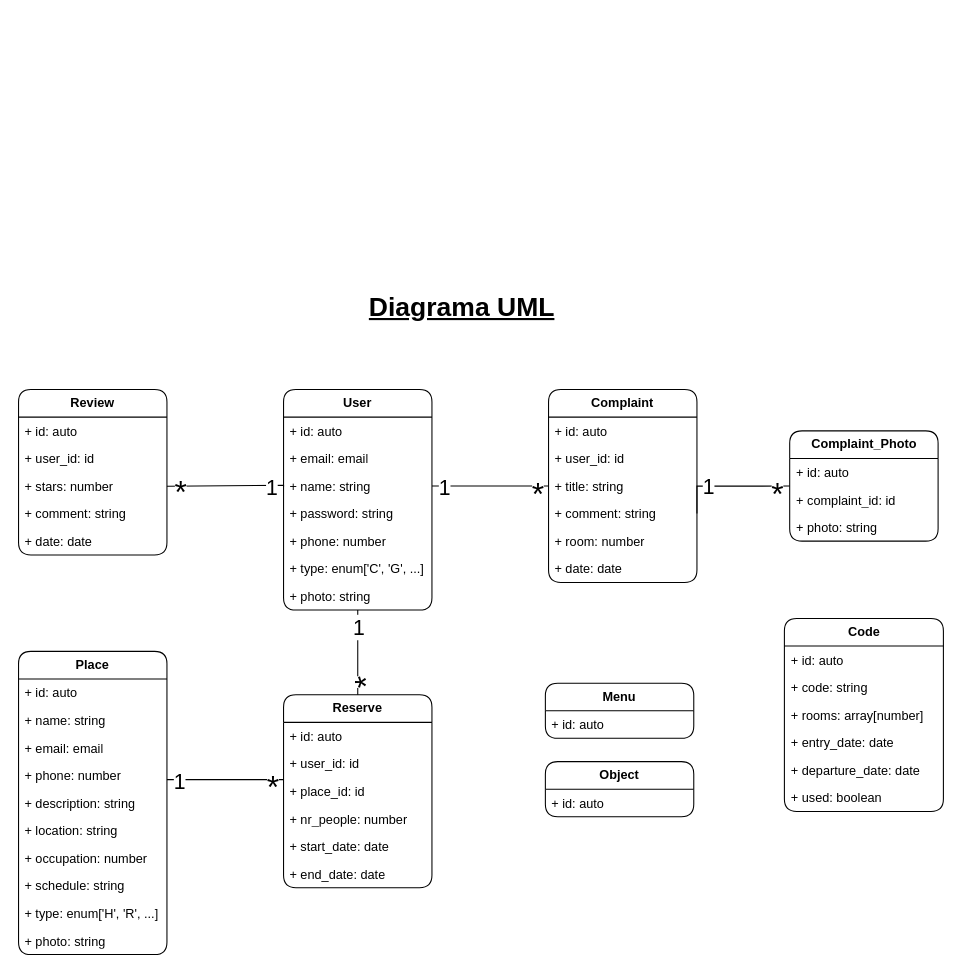
Happy-Guest/HG-Notes keeps this draw.io diagram as page "Diagrama UML" (1 of 2) of HappyGuest.drawio. Above is the earlier version. Source tidied: cells renumbered, new cells numbered last; positions are measured from the earlier drawing's top-left corner, leaving out a move shared by most shapes. Both pictures are drawn from the tidied source at 106%, with x=0, y=0 at pixel (18, 279).
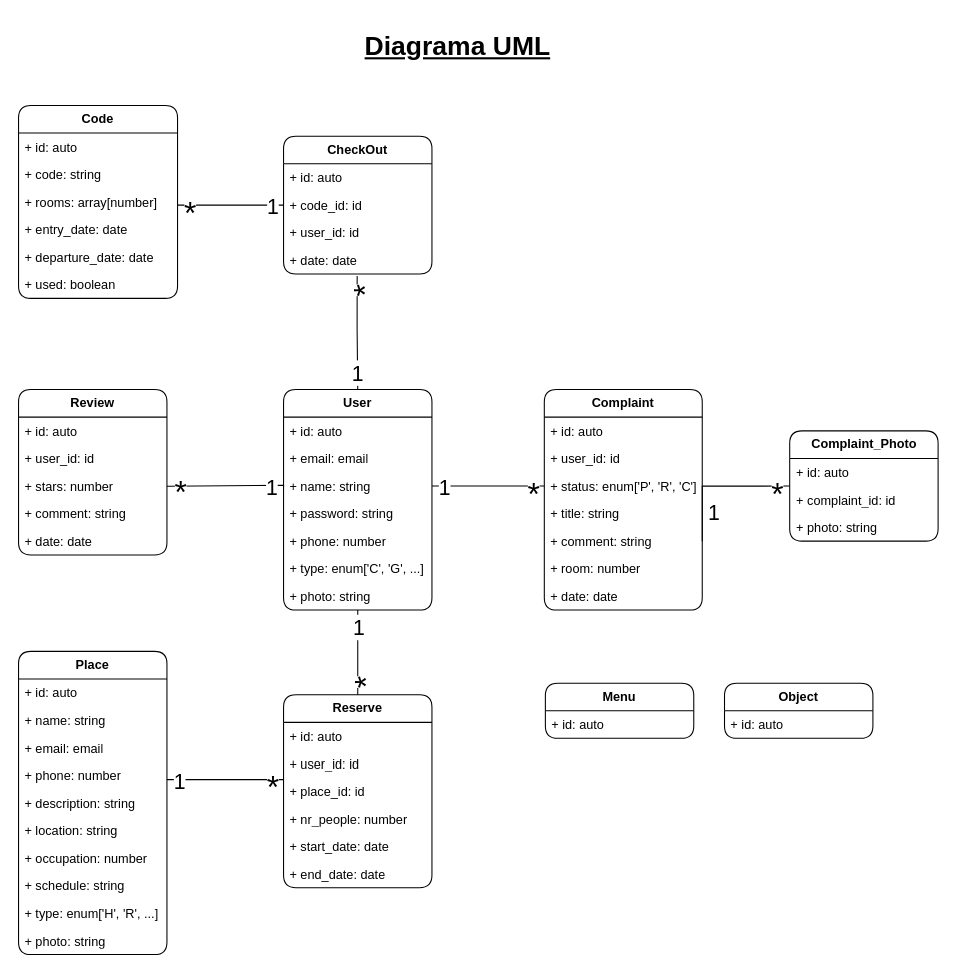
The same page after the edit.

Commit message:
Actualizar UML v2

The change refers to these unchanged cells:
```xml
<mxCell id="2" value="&lt;b&gt;User&lt;/b&gt;" style="swimlane;fontStyle=0;horizontal=1;startSize=26;fillColor=none;whiteSpace=wrap;html=1;perimeterSpacing=0;rounded=1;" parent="1" vertex="1">
  <mxGeometry x="250" y="104" width="140" height="208" as="geometry" />
</mxCell>
<mxCell id="5" value="+ name: string" style="text;strokeColor=none;fillColor=none;align=left;verticalAlign=top;spacingLeft=4;spacingRight=4;overflow=hidden;points=[[0,0.5],[1,0.5]];portConstraint=eastwest;whiteSpace=wrap;html=1;" parent="2" vertex="1">
  <mxGeometry y="78" width="140" height="26" as="geometry" />
</mxCell>
```

Change to the diagram source:
```diff
@@
     <mxCell id="10" value="Diagrama UML" style="text;html=1;align=center;verticalAlign=middle;strokeColor=none;fillColor=none;fontSize=25;fontStyle=5;" parent="1" vertex="1">
-      <mxGeometry x="317.5" width="200" height="50" as="geometry" />
+      <mxGeometry x="313.5" y="-246" width="200" height="50" as="geometry" />
     </mxCell>
     <mxCell id="11" value="&lt;b&gt;Code&lt;/b&gt;" style="swimlane;fontStyle=0;horizontal=1;startSize=26;fillColor=none;whiteSpace=wrap;html=1;perimeterSpacing=0;rounded=1;" parent="1" vertex="1">
-      <mxGeometry x="722.5" y="320" width="150" height="182" as="geometry" />
+      <mxGeometry y="-164" width="150" height="182" as="geometry" />
     </mxCell>
@@
     <mxCell id="18" value="&lt;b&gt;Complaint&lt;/b&gt;" style="swimlane;fontStyle=0;horizontal=1;startSize=26;fillColor=none;whiteSpace=wrap;html=1;perimeterSpacing=0;rounded=1;" parent="1" vertex="1">
-      <mxGeometry x="500" y="104" width="140" height="182" as="geometry" />
+      <mxGeometry x="496" y="104" width="149" height="208" as="geometry" />
     </mxCell>
     <mxCell id="19" value="+ id: auto" style="text;strokeColor=none;fillColor=none;align=left;verticalAlign=top;spacingLeft=4;spacingRight=4;overflow=hidden;whiteSpace=wrap;html=1;" parent="18" vertex="1">
-      <mxGeometry y="26" width="140" height="26" as="geometry" />
+      <mxGeometry y="26" width="149" height="26" as="geometry" />
     </mxCell>
     <mxCell id="20" value="+ user_id: id" style="text;strokeColor=none;fillColor=none;align=left;verticalAlign=top;spacingLeft=4;spacingRight=4;overflow=hidden;whiteSpace=wrap;html=1;" parent="18" vertex="1">
-      <mxGeometry y="52" width="140" height="26" as="geometry" />
+      <mxGeometry y="52" width="149" height="26" as="geometry" />
     </mxCell>
+    <mxCell id="72" value="+ status: enum['P', 'R', 'C']" style="text;strokeColor=none;fillColor=none;align=left;verticalAlign=top;spacingLeft=4;spacingRight=4;overflow=hidden;points=[[0,0.5],[1,0.5]];portConstraint=eastwest;whiteSpace=wrap;html=1;" parent="18" vertex="1">
+      <mxGeometry y="78" width="149" height="26" as="geometry" />
+    </mxCell>
     <mxCell id="21" value="+ title: string" style="text;strokeColor=none;fillColor=none;align=left;verticalAlign=top;spacingLeft=4;spacingRight=4;overflow=hidden;whiteSpace=wrap;html=1;" parent="18" vertex="1">
-      <mxGeometry y="78" width="140" height="26" as="geometry" />
+      <mxGeometry y="104" width="149" height="26" as="geometry" />
     </mxCell>
     <mxCell id="22" value="+ comment: string" style="text;strokeColor=none;fillColor=none;align=left;verticalAlign=top;spacingLeft=4;spacingRight=4;overflow=hidden;points=[[0,0.5],[1,0.5]];portConstraint=eastwest;whiteSpace=wrap;html=1;" parent="18" vertex="1">
-      <mxGeometry y="104" width="140" height="26" as="geometry" />
+      <mxGeometry y="130" width="149" height="26" as="geometry" />
     </mxCell>
     <mxCell id="23" value="+ room: number" style="text;strokeColor=none;fillColor=none;align=left;verticalAlign=top;spacingLeft=4;spacingRight=4;overflow=hidden;whiteSpace=wrap;html=1;" parent="18" vertex="1">
-      <mxGeometry y="130" width="140" height="26" as="geometry" />
+      <mxGeometry y="156" width="149" height="26" as="geometry" />
     </mxCell>
     <mxCell id="24" value="+ date: date" style="text;strokeColor=none;fillColor=none;align=left;verticalAlign=top;spacingLeft=4;spacingRight=4;overflow=hidden;whiteSpace=wrap;html=1;" parent="18" vertex="1">
-      <mxGeometry y="156" width="140" height="26" as="geometry" />
+      <mxGeometry y="182" width="149" height="26" as="geometry" />
     </mxCell>
@@
-    <mxCell id="46" style="edgeStyle=orthogonalEdgeStyle;rounded=0;jettySize=auto;html=1;entryX=1;entryY=0.5;entryDx=0;entryDy=0;endArrow=none;endFill=0;" parent="1" edge="1" target="5">
-      <mxGeometry relative="1" as="geometry">
-        <mxPoint x="500" y="195" as="sourcePoint" />
-        <Array as="points">
-          <mxPoint x="500" y="195" />
-        </Array>
-      </mxGeometry>
+    <mxCell id="46" style="edgeStyle=orthogonalEdgeStyle;rounded=0;jettySize=auto;html=1;entryX=1;entryY=0.5;entryDx=0;entryDy=0;endArrow=none;endFill=0;exitX=0;exitY=0.5;exitDx=0;exitDy=0;" parent="1" edge="1" source="72" target="5">
+      <mxGeometry relative="1" as="geometry" />
     </mxCell>
@@
     <mxCell id="70" value="&lt;b&gt;Object&lt;/b&gt;" style="swimlane;fontStyle=0;horizontal=1;startSize=26;fillColor=none;whiteSpace=wrap;html=1;perimeterSpacing=0;rounded=1;" parent="1" vertex="1">
-      <mxGeometry x="497" y="455" width="140" height="52" as="geometry" />
+      <mxGeometry x="666" y="381" width="140" height="52" as="geometry" />
     </mxCell>
@@
+    <mxCell id="73" value="&lt;b&gt;CheckOut&lt;br&gt;&lt;/b&gt;" style="swimlane;fontStyle=0;horizontal=1;startSize=26;fillColor=none;whiteSpace=wrap;html=1;perimeterSpacing=0;rounded=1;" parent="1" vertex="1">
+      <mxGeometry x="250" y="-135" width="140" height="130" as="geometry" />
+    </mxCell>
+    <mxCell id="74" value="+ id: auto" style="text;strokeColor=none;fillColor=none;align=left;verticalAlign=top;spacingLeft=4;spacingRight=4;overflow=hidden;whiteSpace=wrap;html=1;" parent="73" vertex="1">
+      <mxGeometry y="26" width="140" height="26" as="geometry" />
+    </mxCell>
+    <mxCell id="75" value="+ code_id: id" style="text;strokeColor=none;fillColor=none;align=left;verticalAlign=top;spacingLeft=4;spacingRight=4;overflow=hidden;points=[[0,0.5],[1,0.5]];portConstraint=eastwest;whiteSpace=wrap;html=1;" parent="73" vertex="1">
+      <mxGeometry y="52" width="140" height="26" as="geometry" />
+    </mxCell>
+    <mxCell id="76" value="+ user_id: id" style="text;strokeColor=none;fillColor=none;align=left;verticalAlign=top;spacingLeft=4;spacingRight=4;overflow=hidden;whiteSpace=wrap;html=1;" parent="73" vertex="1">
+      <mxGeometry y="78" width="140" height="26" as="geometry" />
+    </mxCell>
+    <mxCell id="77" value="+ date: date" style="text;strokeColor=none;fillColor=none;align=left;verticalAlign=top;spacingLeft=4;spacingRight=4;overflow=hidden;points=[[0,0.5],[1,0.5]];portConstraint=eastwest;whiteSpace=wrap;html=1;" parent="73" vertex="1">
+      <mxGeometry y="104" width="140" height="26" as="geometry" />
+    </mxCell>
+    <mxCell id="78" style="edgeStyle=orthogonalEdgeStyle;rounded=0;jettySize=auto;html=1;endArrow=none;endFill=0;exitX=0;exitY=0.5;exitDx=0;exitDy=0;" parent="1" edge="1" source="75">
+      <mxGeometry relative="1" as="geometry">
+        <mxPoint x="150" y="-70" as="targetPoint" />
+        <Array as="points">
+          <mxPoint x="208" y="-70" />
+          <mxPoint x="208" y="-70" />
+        </Array>
+      </mxGeometry>
+    </mxCell>
+    <mxCell id="79" value="&lt;font style=&quot;font-size: 30px;&quot;&gt;*&lt;/font&gt;" style="edgeLabel;html=1;align=center;verticalAlign=middle;" parent="78" vertex="1">
+      <mxGeometry x="-0.92" relative="1" as="geometry">
+        <mxPoint x="-85" y="6" as="offset" />
+      </mxGeometry>
+    </mxCell>
+    <mxCell id="80" value="&lt;font style=&quot;font-size: 20px;&quot;&gt;1&lt;/font&gt;" style="edgeLabel;html=1;align=center;verticalAlign=middle;" parent="78" vertex="1">
+      <mxGeometry x="0.92" y="1" relative="1" as="geometry">
+        <mxPoint x="85" y="-1" as="offset" />
+      </mxGeometry>
+    </mxCell>
+    <mxCell id="81" style="edgeStyle=orthogonalEdgeStyle;rounded=0;jettySize=auto;html=1;endArrow=none;endFill=0;exitX=0.496;exitY=1.076;exitDx=0;exitDy=0;exitPerimeter=0;entryX=0.5;entryY=0;entryDx=0;entryDy=0;" parent="1" edge="1" source="77" target="2">
+      <mxGeometry relative="1" as="geometry">
+        <Array as="points">
+          <mxPoint x="319" y="47" />
+        </Array>
+      </mxGeometry>
+    </mxCell>
+    <mxCell id="82" value="&lt;font style=&quot;font-size: 30px;&quot;&gt;*&lt;/font&gt;" style="edgeLabel;html=1;align=center;verticalAlign=middle;rotation=-90;" parent="81" vertex="1">
+      <mxGeometry x="-0.92" relative="1" as="geometry">
+        <mxPoint x="7" y="11" as="offset" />
+      </mxGeometry>
+    </mxCell>
+    <mxCell id="83" value="&lt;font style=&quot;font-size: 20px;&quot;&gt;1&lt;/font&gt;" style="edgeLabel;html=1;align=center;verticalAlign=middle;" parent="1" vertex="1">
+      <mxGeometry x="319" y="87" as="geometry" />
+    </mxCell>
```
